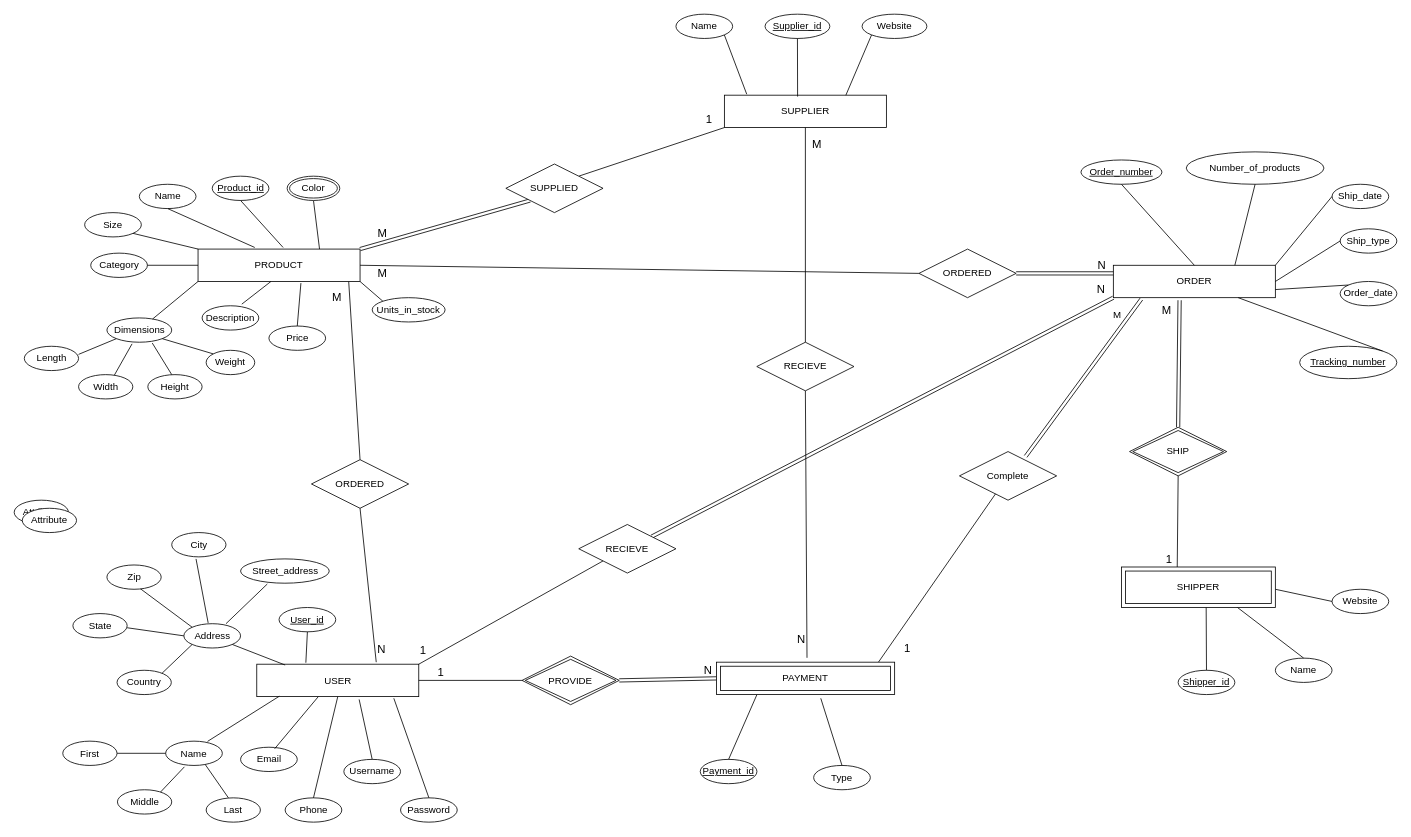
Before: Untitled Diagram.drawio in adammenker/CS3380_AAK, a draw.io diagram. Source tidied: cells renumbered, new cells numbered last; positions are measured from the earlier drawing's top-left corner, leaving out a move shared by most shapes. Both pictures are drawn from the tidied source at 81%, with x=0, y=0 at pixel (14, 14).
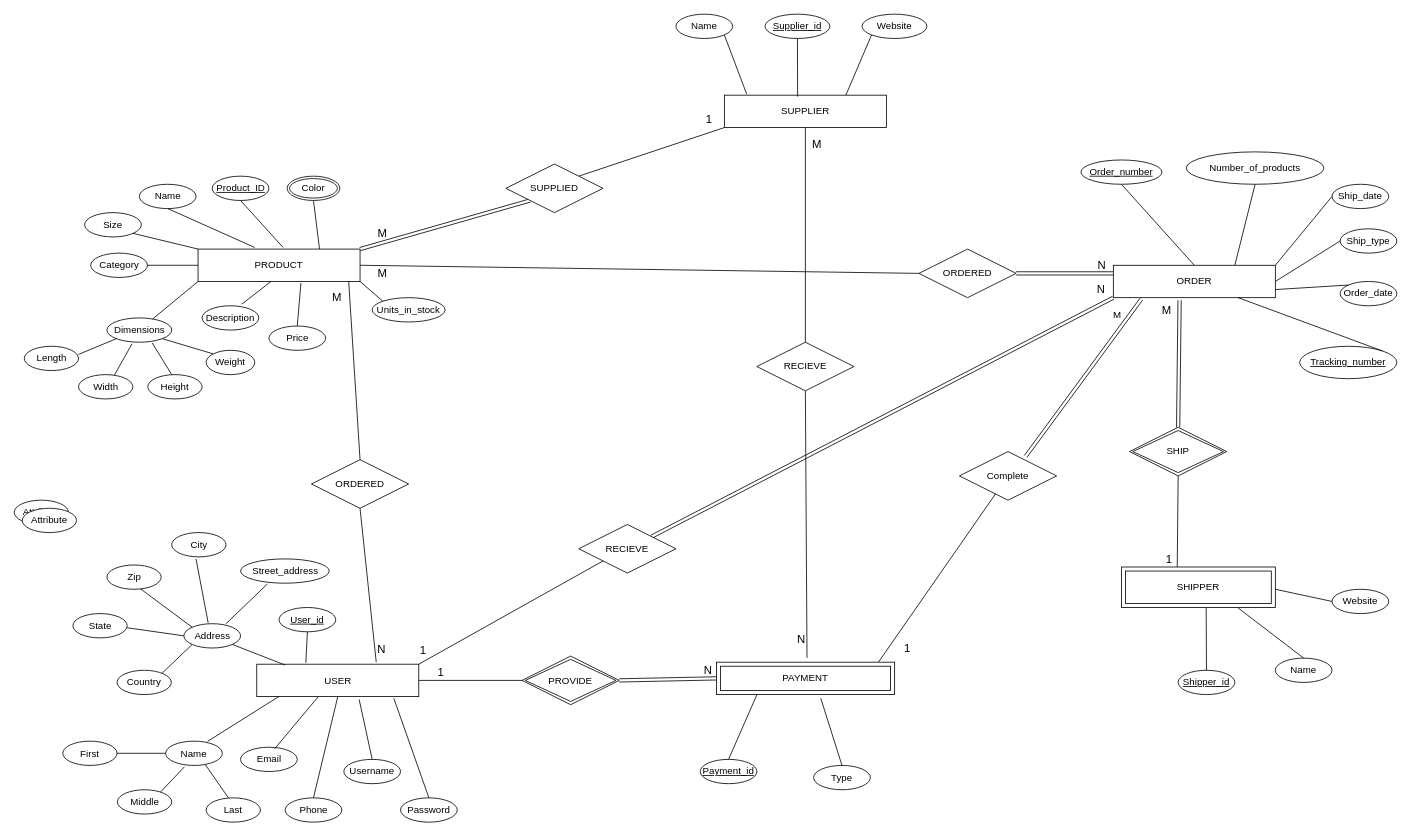
The same diagram, later.

Change to the diagram source:
```diff
@@
-    <mxCell id="6" value="&lt;u&gt;Product_id&lt;/u&gt;" style="ellipse;whiteSpace=wrap;html=1;align=center;" parent="1" vertex="1">
+    <mxCell id="6" value="&lt;u&gt;Product_ID&lt;/u&gt;" style="ellipse;whiteSpace=wrap;html=1;align=center;" parent="1" vertex="1">
       <mxGeometry x="244.5" y="200" width="70" height="30" as="geometry" />
     </mxCell>
```
